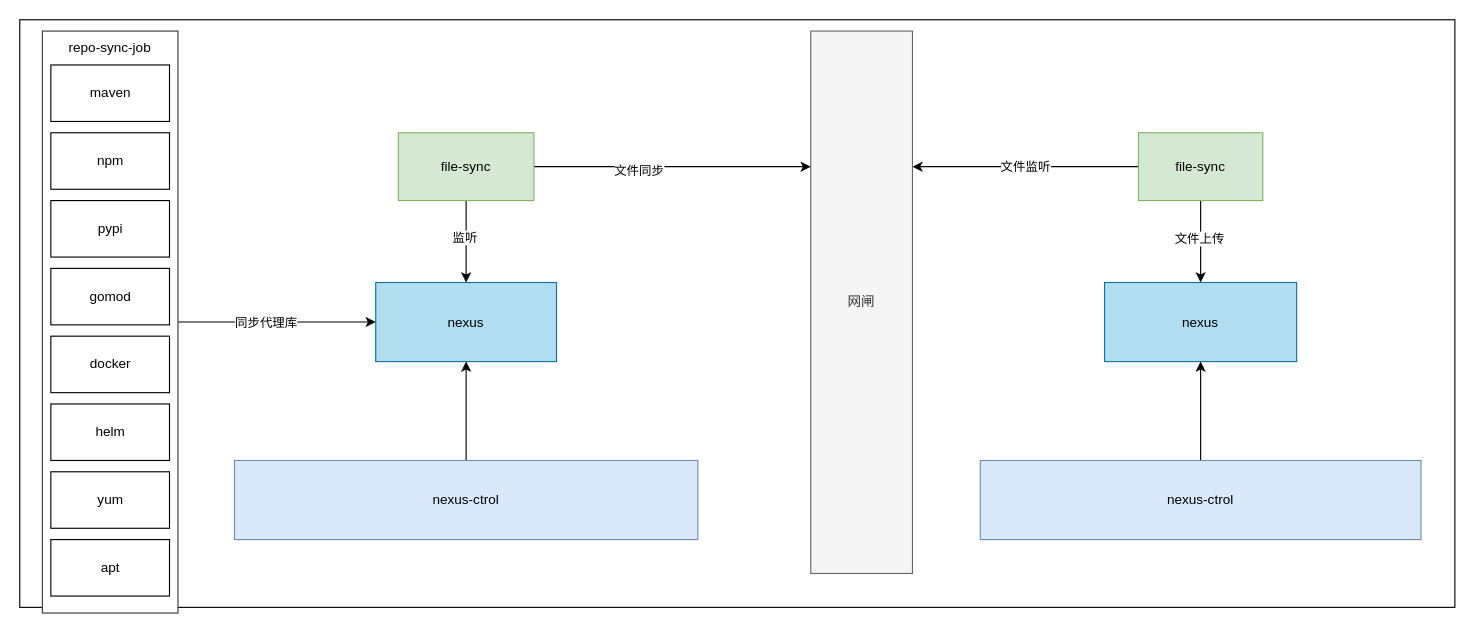
Earlier version of the draw.io diagram page "第 2 页" (2 of 3) of ProductRepository.drawio (zzl-code/drawImg). Source tidied: cells renumbered, new cells numbered last; positions are measured from the earlier drawing's top-left corner, leaving out a move shared by most shapes. Both pictures are drawn from the tidied source at 113%, with x=0, y=0 at pixel (19, 19).
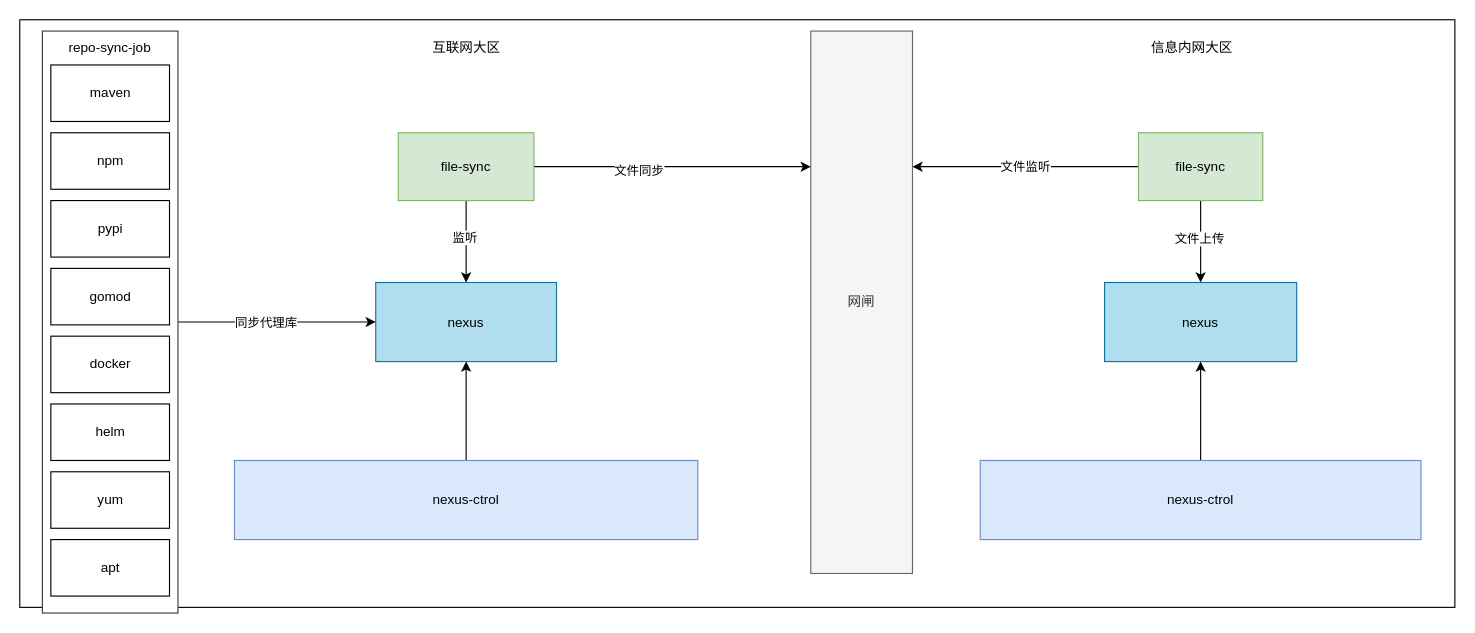
The same diagram, later.

Diff of the diagram source:
```diff
@@
+    <mxCell id="31" value="互联网大区" style="text;html=1;strokeColor=none;fillColor=none;align=center;verticalAlign=middle;whiteSpace=wrap;rounded=0;" parent="1" vertex="1">
+      <mxGeometry x="347.5" y="10" width="95" height="30" as="geometry" />
+    </mxCell>
+    <mxCell id="32" value="信息内网大区" style="text;html=1;strokeColor=none;fillColor=none;align=center;verticalAlign=middle;whiteSpace=wrap;rounded=0;" parent="1" vertex="1">
+      <mxGeometry x="990" y="10" width="95" height="30" as="geometry" />
+    </mxCell>
```
